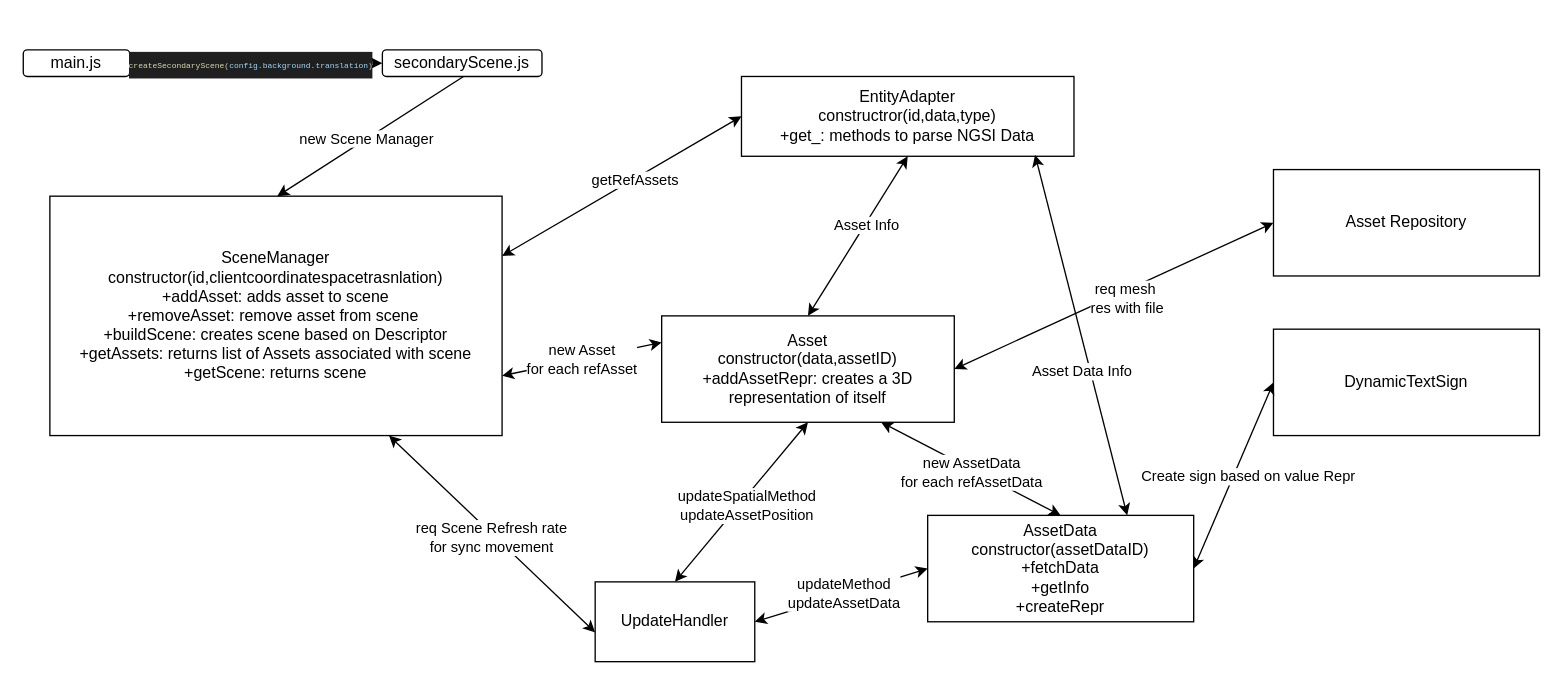
Earlier version of the draw.io diagram docs/viewer.drawio (Skorpinakos/NGSI-Scene-Description-Compliant-Viewer). Source tidied: cells renumbered, new cells numbered last; positions are measured from the earlier drawing's top-left corner, leaving out a move shared by most shapes. Both pictures are drawn from the tidied source at 133%, with x=0, y=0 at pixel (23, 49).
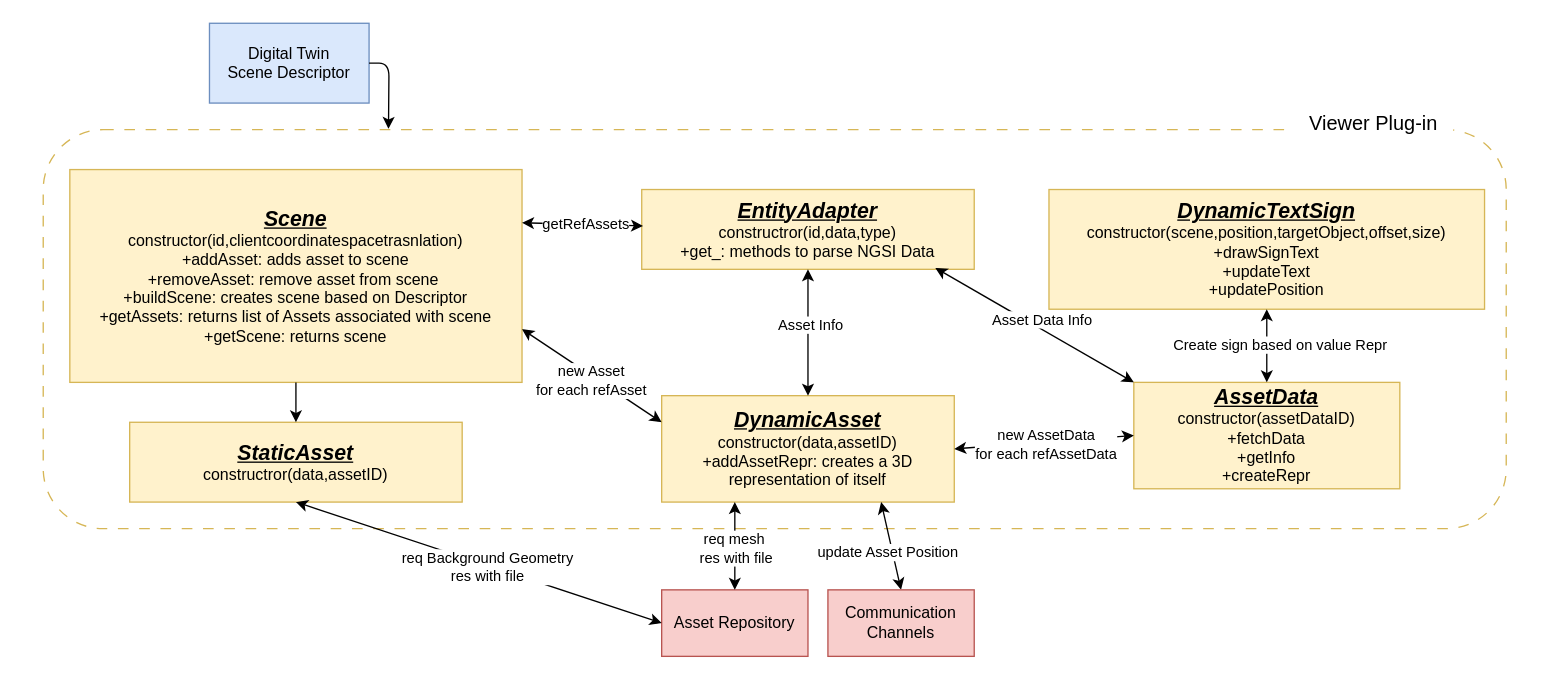
The same diagram, later.

Diff of the diagram source:
```diff
@@
-<mxGraphModel>
+<mxGraphModel background="#ffffff">
@@
-    <mxCell id="2" value="main.js" style="rounded=1;whiteSpace=wrap;html=1;" parent="1" vertex="1">
-      <mxGeometry width="80" height="20" as="geometry" />
-    </mxCell>
-    <mxCell id="3" style="endArrow=classic;html=1;exitX=1;exitY=0.5;exitDx=0;exitDy=0;entryX=0;entryY=0.5;entryDx=0;entryDy=0;" parent="1" edge="1" source="2" target="5">
-      <mxGeometry relative="1" as="geometry" />
-    </mxCell>
-    <mxCell id="4" value="&lt;div style=&quot;background-color: rgb(31, 31, 31); font-family: Consolas, &amp;quot;Courier New&amp;quot;, monospace; line-height: 19px; white-space-collapse: preserve; color: rgb(204, 204, 204);&quot;&gt;&lt;font style=&quot;font-size: 6px;&quot;&gt;&lt;span style=&quot;color: rgb(220, 220, 170);&quot;&gt;createSecondaryScene&lt;/span&gt;&lt;span style=&quot;color: rgb(204, 204, 204);&quot;&gt;(&lt;/span&gt;&lt;span style=&quot;color: rgb(156, 220, 254);&quot;&gt;config&lt;/span&gt;&lt;span style=&quot;color: rgb(204, 204, 204);&quot;&gt;.&lt;/span&gt;&lt;span style=&quot;color: rgb(156, 220, 254);&quot;&gt;background&lt;/span&gt;&lt;span style=&quot;color: rgb(204, 204, 204);&quot;&gt;.&lt;/span&gt;&lt;span style=&quot;color: rgb(156, 220, 254);&quot;&gt;translation&lt;/span&gt;&lt;span style=&quot;color: rgb(204, 204, 204);&quot;&gt;)&lt;/span&gt;&lt;/font&gt;&lt;/div&gt;" style="edgeLabel;html=1;align=center;verticalAlign=middle;" parent="3" vertex="1">
-      <mxGeometry x="-0.2" y="2" relative="1" as="geometry">
-        <mxPoint x="14" y="2" as="offset" />
-      </mxGeometry>
-    </mxCell>
-    <mxCell id="5" value="secondaryScene.js" style="rounded=1;whiteSpace=wrap;html=1;" parent="1" vertex="1">
-      <mxGeometry x="270" width="120" height="20" as="geometry" />
-    </mxCell>
+    <mxCell id="35" style="rounded=1;whiteSpace=wrap;html=1;fillColor=none;dashed=1;dashPattern=8 8;strokeColor=#d6b656;" parent="1" vertex="1">
+      <mxGeometry x="15" y="60" width="1100" height="300" as="geometry" />
+    </mxCell>
-    <mxCell id="6" value="SceneManager&lt;div&gt;constructor(id,clientcoordinatespacetrasnlation)&lt;/div&gt;&lt;div&gt;+addAsset: adds asset to scene&lt;/div&gt;&lt;div&gt;+removeAsset: remove asset from scene&amp;nbsp;&lt;/div&gt;&lt;div&gt;+buildScene: creates scene based on Descriptor&lt;/div&gt;&lt;div&gt;+getAssets: returns list of Assets associated with scene&lt;/div&gt;&lt;div&gt;+getScene: returns scene&lt;/div&gt;" style="rounded=0;whiteSpace=wrap;html=1;" parent="1" vertex="1">
-      <mxGeometry x="20" y="110" width="340" height="180" as="geometry" />
+    <mxCell id="6" value="&lt;u&gt;&lt;i style=&quot;&quot;&gt;&lt;font style=&quot;font-size: 16px;&quot;&gt;&lt;b&gt;Scene&lt;/b&gt;&lt;/font&gt;&lt;/i&gt;&lt;/u&gt;&lt;div&gt;constructor(id,clientcoordinatespacetrasnlation)&lt;/div&gt;&lt;div&gt;+addAsset: adds asset to scene&lt;/div&gt;&lt;div&gt;+removeAsset: remove asset from scene&amp;nbsp;&lt;/div&gt;&lt;div&gt;+buildScene: creates scene based on Descriptor&lt;/div&gt;&lt;div&gt;+getAssets: returns list of Assets associated with scene&lt;/div&gt;&lt;div&gt;+getScene: returns scene&lt;/div&gt;" style="rounded=0;whiteSpace=wrap;html=1;fillColor=#fff2cc;strokeColor=#d6b656;" parent="1" vertex="1">
+      <mxGeometry x="35" y="90" width="340" height="160" as="geometry" />
     </mxCell>
-    <mxCell id="7" value="EntityAdapter&lt;div&gt;constructror(id,data,type)&lt;/div&gt;&lt;div&gt;+get_: methods to parse NGSI Data&lt;/div&gt;" style="rounded=0;whiteSpace=wrap;html=1;" parent="1" vertex="1">
-      <mxGeometry x="540" y="20" width="250" height="60" as="geometry" />
+    <mxCell id="7" value="&lt;b&gt;&lt;i&gt;&lt;u&gt;&lt;font style=&quot;font-size: 16px;&quot;&gt;EntityAdapter&lt;/font&gt;&lt;/u&gt;&lt;/i&gt;&lt;/b&gt;&lt;div&gt;constructror(id,data,type)&lt;/div&gt;&lt;div&gt;+get_: methods to parse NGSI Data&lt;/div&gt;" style="rounded=0;whiteSpace=wrap;html=1;fillColor=#fff2cc;strokeColor=#d6b656;" parent="1" vertex="1">
+      <mxGeometry x="465" y="105" width="250" height="60" as="geometry" />
     </mxCell>
-    <mxCell id="8" style="endArrow=classic;startArrow=classic;html=1;entryX=0;entryY=0.5;entryDx=0;entryDy=0;exitX=1;exitY=0.25;exitDx=0;exitDy=0;" parent="1" edge="1" source="6" target="7">
+    <mxCell id="8" style="endArrow=classic;startArrow=classic;html=1;entryX=0.004;entryY=0.456;entryDx=0;entryDy=0;exitX=1;exitY=0.25;exitDx=0;exitDy=0;entryPerimeter=0;" parent="1" edge="1" source="6" target="7">
       <mxGeometry relative="1" as="geometry" />
     </mxCell>
     <mxCell id="9" value="getRefAssets" style="edgeLabel;html=1;align=center;verticalAlign=middle;" parent="8" vertex="1">
       <mxGeometry x="0.09" y="-2" relative="1" as="geometry">
-        <mxPoint y="-2" as="offset" />
+        <mxPoint x="-2" y="-3" as="offset" />
       </mxGeometry>
     </mxCell>
-    <mxCell id="10" value="Asset&lt;div&gt;constructor(data,assetID)&lt;/div&gt;&lt;div&gt;+addAssetRepr: creates a 3D representation of itself&lt;/div&gt;" style="rounded=0;whiteSpace=wrap;html=1;" parent="1" vertex="1">
-      <mxGeometry x="480" y="200" width="220" height="80" as="geometry" />
+    <mxCell id="10" value="&lt;b&gt;&lt;i&gt;&lt;u&gt;&lt;font style=&quot;font-size: 16px;&quot;&gt;DynamicAsset&lt;/font&gt;&lt;/u&gt;&lt;/i&gt;&lt;/b&gt;&lt;div&gt;constructor(data,assetID)&lt;/div&gt;&lt;div&gt;+addAssetRepr: creates a 3D representation of itself&lt;/div&gt;" style="rounded=0;whiteSpace=wrap;html=1;fillColor=#fff2cc;strokeColor=#d6b656;" parent="1" vertex="1">
+      <mxGeometry x="480" y="260" width="220" height="80" as="geometry" />
     </mxCell>
@@
-    <mxCell id="15" value="AssetData&lt;div&gt;&lt;div&gt;constructor(assetDataID)&lt;/div&gt;&lt;div&gt;+fetchData&lt;br&gt;+getInfo&lt;/div&gt;&lt;/div&gt;&lt;div&gt;+createRepr&lt;/div&gt;" style="rounded=0;whiteSpace=wrap;html=1;" parent="1" vertex="1">
-      <mxGeometry x="680" y="350" width="200" height="80" as="geometry" />
+    <mxCell id="15" value="&lt;b&gt;&lt;i&gt;&lt;u&gt;&lt;font style=&quot;font-size: 16px;&quot;&gt;AssetData&lt;/font&gt;&lt;/u&gt;&lt;/i&gt;&lt;/b&gt;&lt;div&gt;&lt;div&gt;constructor(assetDataID)&lt;/div&gt;&lt;div&gt;+fetchData&lt;br&gt;+getInfo&lt;/div&gt;&lt;/div&gt;&lt;div&gt;+createRepr&lt;/div&gt;" style="rounded=0;whiteSpace=wrap;html=1;fillColor=#fff2cc;strokeColor=#d6b656;" parent="1" vertex="1">
+      <mxGeometry x="835" y="250" width="200" height="80" as="geometry" />
     </mxCell>
-    <mxCell id="16" style="endArrow=classic;startArrow=classic;html=1;entryX=0.75;entryY=1;entryDx=0;entryDy=0;exitX=0.5;exitY=0;exitDx=0;exitDy=0;" parent="1" edge="1" source="15" target="10">
+    <mxCell id="16" style="endArrow=classic;startArrow=classic;html=1;exitX=0;exitY=0.5;exitDx=0;exitDy=0;entryX=1;entryY=0.5;entryDx=0;entryDy=0;" parent="1" edge="1" source="15" target="10">
       <mxGeometry relative="1" as="geometry" />
     </mxCell>
@@
-    <mxCell id="18" style="endArrow=classic;startArrow=classic;html=1;entryX=0.883;entryY=0.983;entryDx=0;entryDy=0;entryPerimeter=0;exitX=0.75;exitY=0;exitDx=0;exitDy=0;" parent="1" edge="1" source="15" target="7">
+    <mxCell id="18" style="endArrow=classic;startArrow=classic;html=1;entryX=0.883;entryY=0.983;entryDx=0;entryDy=0;entryPerimeter=0;exitX=0;exitY=0;exitDx=0;exitDy=0;" parent="1" edge="1" source="15" target="7">
       <mxGeometry relative="1" as="geometry" />
     </mxCell>
     <mxCell id="19" value="Asset Data Info" style="edgeLabel;html=1;align=center;verticalAlign=middle;" parent="18" vertex="1">
       <mxGeometry x="-0.01" relative="1" as="geometry">
-        <mxPoint y="25" as="offset" />
+        <mxPoint x="4" y="-5" as="offset" />
       </mxGeometry>
     </mxCell>
-    <mxCell id="20" style="endArrow=classic;html=1;exitX=0.5;exitY=1;exitDx=0;exitDy=0;entryX=0.5;entryY=0;entryDx=0;entryDy=0;" parent="1" edge="1">
-      <mxGeometry relative="1" as="geometry">
-        <mxPoint x="331" y="20" as="sourcePoint" />
-        <mxPoint x="191" y="110" as="targetPoint" />
-      </mxGeometry>
-    </mxCell>
-    <mxCell id="21" value="new Scene Manager" style="edgeLabel;html=1;align=center;verticalAlign=middle;" parent="20" vertex="1">
-      <mxGeometry x="0.04" y="-1" relative="1" as="geometry" />
-    </mxCell>
-    <mxCell id="22" value="DynamicTextSign" style="rounded=0;whiteSpace=wrap;html=1;" parent="1" vertex="1">
-      <mxGeometry x="940" y="210" width="200" height="80" as="geometry" />
+    <mxCell id="22" value="&lt;b&gt;&lt;i&gt;&lt;u&gt;&lt;font style=&quot;font-size: 16px;&quot;&gt;DynamicTextSign&lt;/font&gt;&lt;/u&gt;&lt;/i&gt;&lt;/b&gt;&lt;div&gt;constructor(scene,position,targetObject,offset,size)&lt;/div&gt;&lt;div&gt;+drawSignText&lt;/div&gt;&lt;div&gt;+updateText&lt;/div&gt;&lt;div&gt;+updatePosition&lt;/div&gt;" style="rounded=0;whiteSpace=wrap;html=1;fillColor=#fff2cc;strokeColor=#d6b656;" parent="1" vertex="1">
+      <mxGeometry x="771.2" y="105" width="327.5" height="90" as="geometry" />
     </mxCell>
-    <mxCell id="23" value="Asset Repository" style="rounded=0;whiteSpace=wrap;html=1;" parent="1" vertex="1">
-      <mxGeometry x="940" y="90" width="200" height="80" as="geometry" />
+    <mxCell id="23" value="Asset Repository" style="rounded=0;whiteSpace=wrap;html=1;fillColor=#f8cecc;strokeColor=#b85450;" parent="1" vertex="1">
+      <mxGeometry x="480" y="406" width="110" height="50" as="geometry" />
     </mxCell>
-    <mxCell id="24" style="endArrow=classic;startArrow=classic;html=1;exitX=1;exitY=0.5;exitDx=0;exitDy=0;entryX=0;entryY=0.5;entryDx=0;entryDy=0;" parent="1" edge="1" source="10" target="23">
+    <mxCell id="24" style="endArrow=classic;startArrow=classic;html=1;entryX=0.5;entryY=0;entryDx=0;entryDy=0;exitX=0.25;exitY=1;exitDx=0;exitDy=0;" parent="1" edge="1" source="10" target="23">
       <mxGeometry relative="1" as="geometry" />
     </mxCell>
     <mxCell id="25" value="req mesh&amp;nbsp;&lt;div&gt;res with file&lt;/div&gt;" style="edgeLabel;html=1;align=center;verticalAlign=middle;" parent="24" vertex="1">
       <mxGeometry x="0.01" y="-2" relative="1" as="geometry">
-        <mxPoint x="8" as="offset" />
+        <mxPoint x="2" y="1" as="offset" />
       </mxGeometry>
     </mxCell>
-    <mxCell id="26" style="endArrow=classic;startArrow=classic;html=1;entryX=0;entryY=0.5;entryDx=0;entryDy=0;exitX=1;exitY=0.5;exitDx=0;exitDy=0;" parent="1" edge="1" source="28" target="15">
-      <mxGeometry relative="1" as="geometry" />
-    </mxCell>
-    <mxCell id="27" value="updateMethod&lt;div&gt;updateAssetData&lt;/div&gt;" style="edgeLabel;html=1;align=center;verticalAlign=middle;" parent="26" vertex="1">
-      <mxGeometry x="0.03" y="1" relative="1" as="geometry" />
-    </mxCell>
-    <mxCell id="28" value="UpdateHandler" style="rounded=0;whiteSpace=wrap;html=1;" parent="1" vertex="1">
-      <mxGeometry x="430" y="400" width="120" height="60" as="geometry" />
-    </mxCell>
-    <mxCell id="29" style="endArrow=classic;startArrow=classic;html=1;entryX=0.5;entryY=1;entryDx=0;entryDy=0;exitX=0.5;exitY=0;exitDx=0;exitDy=0;" parent="1" edge="1" source="28" target="10">
-      <mxGeometry relative="1" as="geometry" />
-    </mxCell>
-    <mxCell id="30" value="updateSpatialMethod&lt;div&gt;updateAssetPosition&lt;/div&gt;" style="edgeLabel;html=1;align=center;verticalAlign=middle;" parent="29" vertex="1">
-      <mxGeometry y="-4" relative="1" as="geometry" />
-    </mxCell>
-    <mxCell id="31" style="endArrow=classic;startArrow=classic;html=1;exitX=0.75;exitY=1;exitDx=0;exitDy=0;entryX=0;entryY=0.633;entryDx=0;entryDy=0;entryPerimeter=0;" parent="1" edge="1" source="6" target="28">
-      <mxGeometry relative="1" as="geometry" />
-    </mxCell>
-    <mxCell id="32" value="req Scene Refresh rate&lt;div&gt;for sync movement&lt;/div&gt;" style="edgeLabel;html=1;align=center;verticalAlign=middle;" parent="31" vertex="1">
-      <mxGeometry x="0.01" y="-3" relative="1" as="geometry" />
-    </mxCell>
-    <mxCell id="33" style="endArrow=classic;startArrow=classic;html=1;exitX=1;exitY=0.5;exitDx=0;exitDy=0;entryX=0;entryY=0.5;entryDx=0;entryDy=0;" parent="1" edge="1" source="15" target="22">
+    <mxCell id="33" style="endArrow=classic;startArrow=classic;html=1;exitX=0.5;exitY=0;exitDx=0;exitDy=0;entryX=0.5;entryY=1;entryDx=0;entryDy=0;" parent="1" edge="1" source="15" target="22">
       <mxGeometry relative="1" as="geometry" />
     </mxCell>
@@
+    <mxCell id="36" style="endArrow=classic;html=1;exitX=0.5;exitY=0;exitDx=0;exitDy=0;entryX=0.75;entryY=1;entryDx=0;entryDy=0;startArrow=classic;startFill=1;" parent="1" edge="1" source="42" target="10">
+      <mxGeometry relative="1" as="geometry" />
+    </mxCell>
+    <mxCell id="37" value="update Asset Position" style="edgeLabel;html=1;align=center;verticalAlign=middle;" parent="36" vertex="1">
+      <mxGeometry x="0.23" y="1" relative="1" as="geometry">
+        <mxPoint y="12" as="offset" />
+      </mxGeometry>
+    </mxCell>
+    <mxCell id="38" value="&lt;span style=&quot;font-size: 16px;&quot;&gt;&lt;b&gt;&lt;i&gt;&lt;u&gt;StaticAsset&lt;/u&gt;&lt;/i&gt;&lt;/b&gt;&lt;/span&gt;&lt;br&gt;&lt;div&gt;constructror(data,assetID)&lt;/div&gt;" style="rounded=0;whiteSpace=wrap;html=1;fillColor=#fff2cc;strokeColor=#d6b656;" parent="1" vertex="1">
+      <mxGeometry x="80" y="280" width="250" height="60" as="geometry" />
+    </mxCell>
+    <mxCell id="39" style="endArrow=classic;html=1;exitX=0.5;exitY=1;exitDx=0;exitDy=0;entryX=0.5;entryY=0;entryDx=0;entryDy=0;" parent="1" edge="1" source="6" target="38">
+      <mxGeometry relative="1" as="geometry" />
+    </mxCell>
+    <mxCell id="40" style="endArrow=classic;startArrow=classic;html=1;exitX=0.5;exitY=1;exitDx=0;exitDy=0;entryX=0;entryY=0.5;entryDx=0;entryDy=0;" parent="1" edge="1" source="38" target="23">
+      <mxGeometry relative="1" as="geometry" />
+    </mxCell>
+    <mxCell id="41" value="req Background Geometry&lt;div&gt;res with file&lt;/div&gt;" style="edgeLabel;html=1;align=center;verticalAlign=middle;" parent="40" vertex="1">
+      <mxGeometry x="0.04" y="-1" relative="1" as="geometry" />
+    </mxCell>
+    <mxCell id="42" value="Communication&lt;div&gt;Channels&lt;/div&gt;" style="rounded=0;whiteSpace=wrap;html=1;fillColor=#f8cecc;strokeColor=#b85450;" parent="1" vertex="1">
+      <mxGeometry x="605" y="406" width="110" height="50" as="geometry" />
+    </mxCell>
+    <mxCell id="43" value="&lt;font style=&quot;font-size: 15px;&quot;&gt;Viewer Plug-in&lt;/font&gt;" style="text;html=1;align=center;verticalAlign=middle;strokeColor=none;fillColor=default;" parent="1" vertex="1">
+      <mxGeometry x="955" y="40" width="120" height="30" as="geometry" />
+    </mxCell>
+    <mxCell id="44" value="Digital Twin&lt;div&gt;Scene Descriptor&lt;/div&gt;" style="rounded=0;whiteSpace=wrap;html=1;fillColor=#dae8fc;strokeColor=#6c8ebf;" parent="1" vertex="1">
+      <mxGeometry x="140" y="-20" width="120" height="60" as="geometry" />
+    </mxCell>
+    <mxCell id="45" style="endArrow=classic;html=1;exitX=1;exitY=0.5;exitDx=0;exitDy=0;entryX=0.236;entryY=-0.002;entryDx=0;entryDy=0;entryPerimeter=0;" parent="1" edge="1" source="44" target="35">
+      <mxGeometry relative="1" as="geometry">
+        <Array as="points">
+          <mxPoint x="275" y="10" />
+        </Array>
+      </mxGeometry>
+    </mxCell>
```
